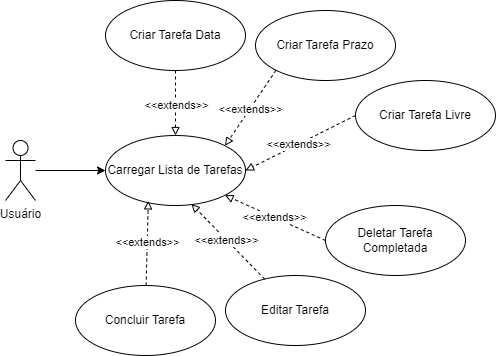
gabriel6988/Laborat-rio-de-Desenvolvimento-de-Software keeps this draw.io diagram as casos_de_uso/Casos_de_uso.drawio.png. Above is the earlier version. Source tidied: cells renumbered, new cells last; positions are measured from the earlier drawing's top-left corner, leaving out a move shared by most shapes.
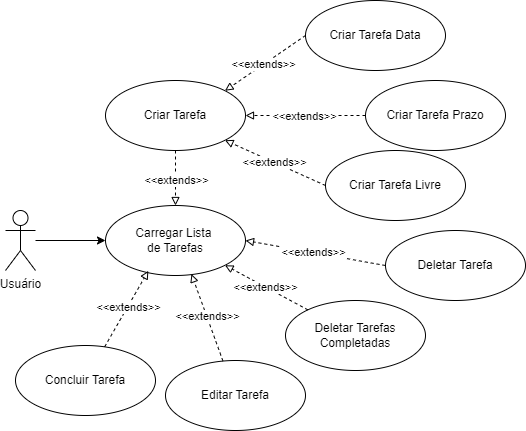
Above is the later version.

Commit message:
Atualização do Diagrama.

Diff of the diagram source:
```diff
@@ -8,47 +8,29 @@
     <mxCell id="3" value="Usuário" style="shape=umlActor;verticalLabelPosition=bottom;verticalAlign=top;html=1;" parent="1" vertex="1">
       <mxGeometry y="140" width="30" height="60" as="geometry" />
     </mxCell>
-    <mxCell id="4" value="Carregar Lista de Tarefas" style="ellipse;whiteSpace=wrap;html=1;" parent="1" vertex="1">
+    <mxCell id="4" value="Carregar Lista&amp;nbsp;&lt;div&gt;de Tarefas&lt;/div&gt;" style="ellipse;whiteSpace=wrap;html=1;" parent="1" vertex="1">
       <mxGeometry x="100" y="135" width="140" height="70" as="geometry" />
     </mxCell>
-    <mxCell id="5" value="Criar Tarefa Data" style="ellipse;whiteSpace=wrap;html=1;" parent="1" vertex="1">
-      <mxGeometry x="100" width="140" height="70" as="geometry" />
+    <mxCell id="5" value="Criar Tarefa" style="ellipse;whiteSpace=wrap;html=1;" parent="1" vertex="1">
+      <mxGeometry x="100" y="10" width="140" height="70" as="geometry" />
     </mxCell>
     <mxCell id="6" value="Criar Tarefa Prazo" style="ellipse;whiteSpace=wrap;html=1;" parent="1" vertex="1">
-      <mxGeometry x="250" y="10" width="140" height="70" as="geometry" />
+      <mxGeometry x="360" y="10" width="140" height="70" as="geometry" />
     </mxCell>
     <mxCell id="7" value="Criar Tarefa Livre" style="ellipse;whiteSpace=wrap;html=1;" parent="1" vertex="1">
-      <mxGeometry x="350" y="80" width="140" height="70" as="geometry" />
+      <mxGeometry x="320" y="80" width="140" height="70" as="geometry" />
     </mxCell>
-    <mxCell id="8" style="endArrow=block;html=1;rounded=0;exitX=0.5;exitY=1;exitDx=0;exitDy=0;endFill=0;dashed=1;" parent="1" edge="1" source="5" target="4">
-      <mxGeometry relative="1" as="geometry" />
-    </mxCell>
-    <mxCell id="9" value="&amp;lt;&amp;lt;extends&amp;gt;&amp;gt;" style="edgeLabel;html=1;align=center;verticalAlign=middle;" parent="8" vertex="1">
-      <mxGeometry x="0.04" relative="1" as="geometry" />
-    </mxCell>
-    <mxCell id="10" style="endArrow=block;html=1;rounded=0;exitX=0;exitY=1;exitDx=0;exitDy=0;endFill=0;dashed=1;entryX=1;entryY=0;entryDx=0;entryDy=0;" parent="1" edge="1" source="6" target="4">
-      <mxGeometry relative="1" as="geometry" />
-    </mxCell>
-    <mxCell id="11" value="&amp;lt;&amp;lt;extends&amp;gt;&amp;gt;" style="edgeLabel;html=1;align=center;verticalAlign=middle;" parent="10" vertex="1">
-      <mxGeometry x="0.04" relative="1" as="geometry" />
-    </mxCell>
-    <mxCell id="12" style="endArrow=block;html=1;rounded=0;exitX=0;exitY=0.5;exitDx=0;exitDy=0;endFill=0;dashed=1;entryX=1;entryY=0.5;entryDx=0;entryDy=0;" parent="1" edge="1" source="7" target="4">
-      <mxGeometry relative="1" as="geometry" />
-    </mxCell>
-    <mxCell id="13" value="&amp;lt;&amp;lt;extends&amp;gt;&amp;gt;" style="edgeLabel;html=1;align=center;verticalAlign=middle;" parent="12" vertex="1">
-      <mxGeometry x="0.04" relative="1" as="geometry" />
-    </mxCell>
-    <mxCell id="14" value="Deletar Tarefa Completada" style="ellipse;whiteSpace=wrap;html=1;" parent="1" vertex="1">
-      <mxGeometry x="320" y="205" width="140" height="70" as="geometry" />
+    <mxCell id="14" value="Deletar Tarefas Completadas" style="ellipse;whiteSpace=wrap;html=1;" parent="1" vertex="1">
+      <mxGeometry x="280" y="230" width="140" height="70" as="geometry" />
     </mxCell>
-    <mxCell id="15" style="endArrow=block;html=1;rounded=0;exitX=0;exitY=0.5;exitDx=0;exitDy=0;endFill=0;dashed=1;entryX=1;entryY=1;entryDx=0;entryDy=0;" parent="1" edge="1" source="14" target="4">
+    <mxCell id="15" style="endArrow=block;html=1;rounded=0;endFill=0;dashed=1;entryX=1;entryY=1;entryDx=0;entryDy=0;" parent="1" edge="1" source="14" target="4">
       <mxGeometry relative="1" as="geometry" />
     </mxCell>
     <mxCell id="16" value="&amp;lt;&amp;lt;extends&amp;gt;&amp;gt;" style="edgeLabel;html=1;align=center;verticalAlign=middle;" parent="15" vertex="1">
       <mxGeometry x="0.04" relative="1" as="geometry" />
     </mxCell>
     <mxCell id="17" value="Editar Tarefa" style="ellipse;whiteSpace=wrap;html=1;" parent="1" vertex="1">
-      <mxGeometry x="220" y="275" width="140" height="70" as="geometry" />
+      <mxGeometry x="160" y="290" width="140" height="70" as="geometry" />
     </mxCell>
     <mxCell id="18" style="endArrow=block;html=1;rounded=0;endFill=0;dashed=1;entryX=0.614;entryY=0.98;entryDx=0;entryDy=0;entryPerimeter=0;" parent="1" edge="1" source="17" target="4">
       <mxGeometry relative="1" as="geometry" />
@@ -57,7 +39,7 @@
       <mxGeometry x="0.04" relative="1" as="geometry" />
     </mxCell>
     <mxCell id="20" value="Concluir Tarefa" style="ellipse;whiteSpace=wrap;html=1;" parent="1" vertex="1">
-      <mxGeometry x="70" y="285" width="140" height="70" as="geometry" />
+      <mxGeometry x="10" y="275" width="140" height="70" as="geometry" />
     </mxCell>
     <mxCell id="21" style="endArrow=block;html=1;rounded=0;endFill=0;dashed=1;entryX=0.306;entryY=0.934;entryDx=0;entryDy=0;entryPerimeter=0;" parent="1" edge="1" source="20" target="4">
       <mxGeometry relative="1" as="geometry" />
@@ -65,5 +47,41 @@
     <mxCell id="22" value="&amp;lt;&amp;lt;extends&amp;gt;&amp;gt;" style="edgeLabel;html=1;align=center;verticalAlign=middle;" parent="21" vertex="1">
       <mxGeometry x="0.04" relative="1" as="geometry" />
     </mxCell>
+    <mxCell id="23" value="Deletar Tarefa" style="ellipse;whiteSpace=wrap;html=1;" parent="1" vertex="1">
+      <mxGeometry x="380" y="160" width="140" height="70" as="geometry" />
+    </mxCell>
+    <mxCell id="24" style="endArrow=block;html=1;rounded=0;exitX=0;exitY=0.5;exitDx=0;exitDy=0;endFill=0;dashed=1;entryX=1;entryY=0.5;entryDx=0;entryDy=0;" parent="1" edge="1" source="23" target="4">
+      <mxGeometry relative="1" as="geometry" />
+    </mxCell>
+    <mxCell id="25" value="&amp;lt;&amp;lt;extends&amp;gt;&amp;gt;" style="edgeLabel;html=1;align=center;verticalAlign=middle;" parent="24" vertex="1">
+      <mxGeometry x="0.04" relative="1" as="geometry" />
+    </mxCell>
+    <mxCell id="26" value="Criar Tarefa Data" style="ellipse;whiteSpace=wrap;html=1;" parent="1" vertex="1">
+      <mxGeometry x="300" y="-70" width="140" height="70" as="geometry" />
+    </mxCell>
+    <mxCell id="8" style="endArrow=block;html=1;rounded=0;exitX=0.5;exitY=1;exitDx=0;exitDy=0;endFill=0;dashed=1;entryX=0.5;entryY=0;entryDx=0;entryDy=0;" parent="1" edge="1" source="5" target="4">
+      <mxGeometry relative="1" as="geometry" />
+    </mxCell>
+    <mxCell id="27" value="&amp;lt;&amp;lt;extends&amp;gt;&amp;gt;" style="edgeLabel;html=1;align=center;verticalAlign=middle;" parent="8" vertex="1">
+      <mxGeometry x="0.04" relative="1" as="geometry" />
+    </mxCell>
+    <mxCell id="28" style="endArrow=block;html=1;rounded=0;exitX=0;exitY=0.5;exitDx=0;exitDy=0;endFill=0;dashed=1;entryX=1;entryY=0;entryDx=0;entryDy=0;" parent="1" edge="1" source="26" target="5">
+      <mxGeometry relative="1" as="geometry" />
+    </mxCell>
+    <mxCell id="29" value="&amp;lt;&amp;lt;extends&amp;gt;&amp;gt;" style="edgeLabel;html=1;align=center;verticalAlign=middle;" parent="28" vertex="1">
+      <mxGeometry x="0.04" relative="1" as="geometry" />
+    </mxCell>
+    <mxCell id="30" style="endArrow=block;html=1;rounded=0;exitX=0;exitY=0.5;exitDx=0;exitDy=0;endFill=0;dashed=1;entryX=1;entryY=0.5;entryDx=0;entryDy=0;" parent="1" edge="1" source="6" target="5">
+      <mxGeometry relative="1" as="geometry" />
+    </mxCell>
+    <mxCell id="31" value="&amp;lt;&amp;lt;extends&amp;gt;&amp;gt;" style="edgeLabel;html=1;align=center;verticalAlign=middle;" parent="30" vertex="1">
+      <mxGeometry x="0.04" relative="1" as="geometry" />
+    </mxCell>
+    <mxCell id="32" style="endArrow=block;html=1;rounded=0;exitX=0;exitY=0.5;exitDx=0;exitDy=0;endFill=0;dashed=1;entryX=1;entryY=1;entryDx=0;entryDy=0;" parent="1" edge="1" source="7" target="5">
+      <mxGeometry relative="1" as="geometry" />
+    </mxCell>
+    <mxCell id="33" value="&amp;lt;&amp;lt;extends&amp;gt;&amp;gt;" style="edgeLabel;html=1;align=center;verticalAlign=middle;" parent="32" vertex="1">
+      <mxGeometry x="0.04" relative="1" as="geometry" />
+    </mxCell>
   </root>
 </mxGraphModel>
```
